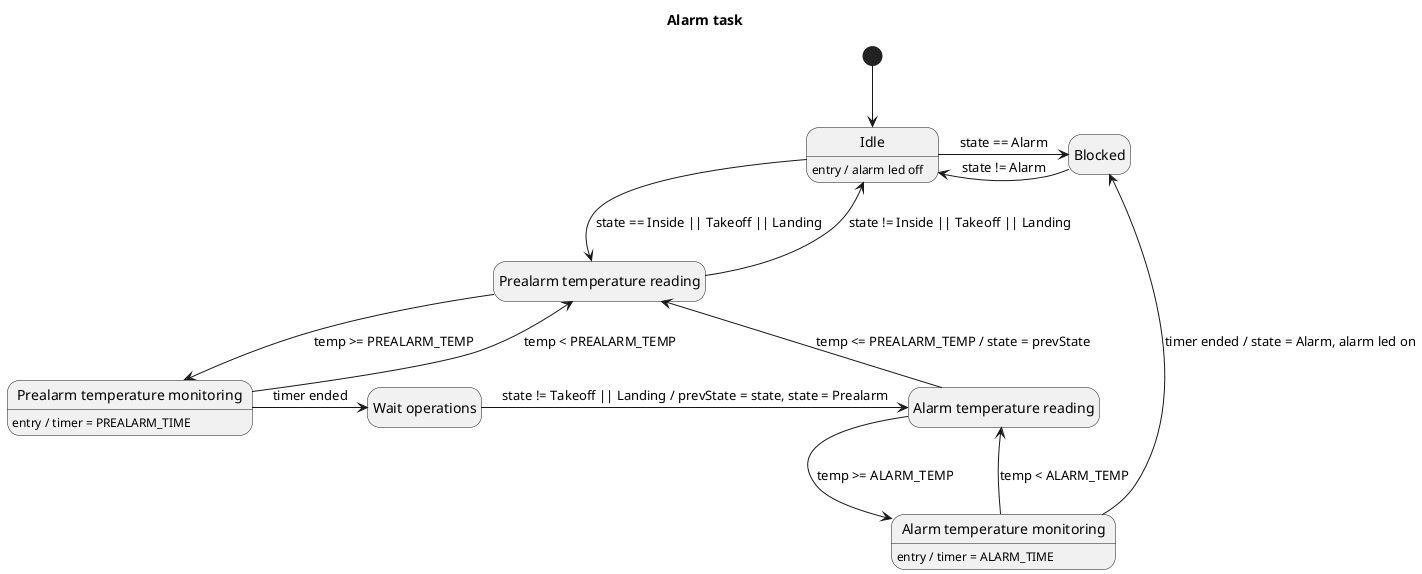
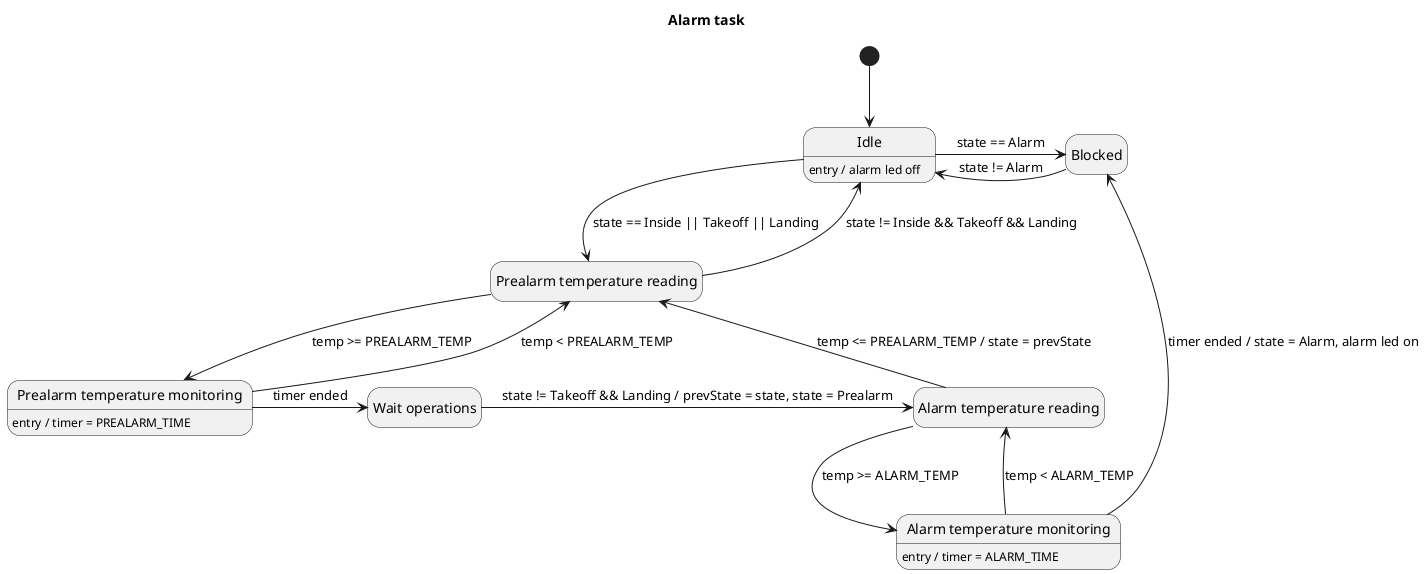
@startuml AlarmTask
hide empty description

title "Alarm task"

state start <<start>>

state "Idle" as idle
idle : entry / alarm led off

state "Blocked" as blocked

state "Prealarm temperature reading" as prealarmTempReading

state "Prealarm temperature monitoring" as prealarmTempMonitoring
prealarmTempMonitoring : entry / timer = PREALARM_TIME

state "Wait operations" as waitOperations

state "Alarm temperature reading" as alarmTempReading

state "Alarm temperature monitoring" as alarmTempMonitoring
alarmTempMonitoring : entry / timer = ALARM_TIME

start -d-> idle

idle -r-> blocked : state == Alarm
blocked -l-> idle : state != Alarm

idle -d-> prealarmTempReading : state == Inside || Takeoff || Landing

prealarmTempReading -d-> prealarmTempMonitoring : temp >= PREALARM_TEMP
- prealarmTempReading -u-> idle : state != Inside || Takeoff || Landing
+ prealarmTempReading -u-> idle : state != Inside && Takeoff && Landing
prealarmTempMonitoring -u-> prealarmTempReading : temp < PREALARM_TEMP
prealarmTempMonitoring -r-> waitOperations : timer ended

- waitOperations -r-> alarmTempReading : state != Takeoff || Landing / prevState = state, state = Prealarm
+ waitOperations -r-> alarmTempReading : state != Takeoff && Landing / prevState = state, state = Prealarm

alarmTempReading -d-> alarmTempMonitoring : temp >= ALARM_TEMP
alarmTempReading -l-> prealarmTempReading : temp <= PREALARM_TEMP / state = prevState
alarmTempMonitoring -u-> alarmTempReading : temp < ALARM_TEMP
alarmTempMonitoring -u-> blocked : timer ended / state = Alarm, alarm led on

@enduml
